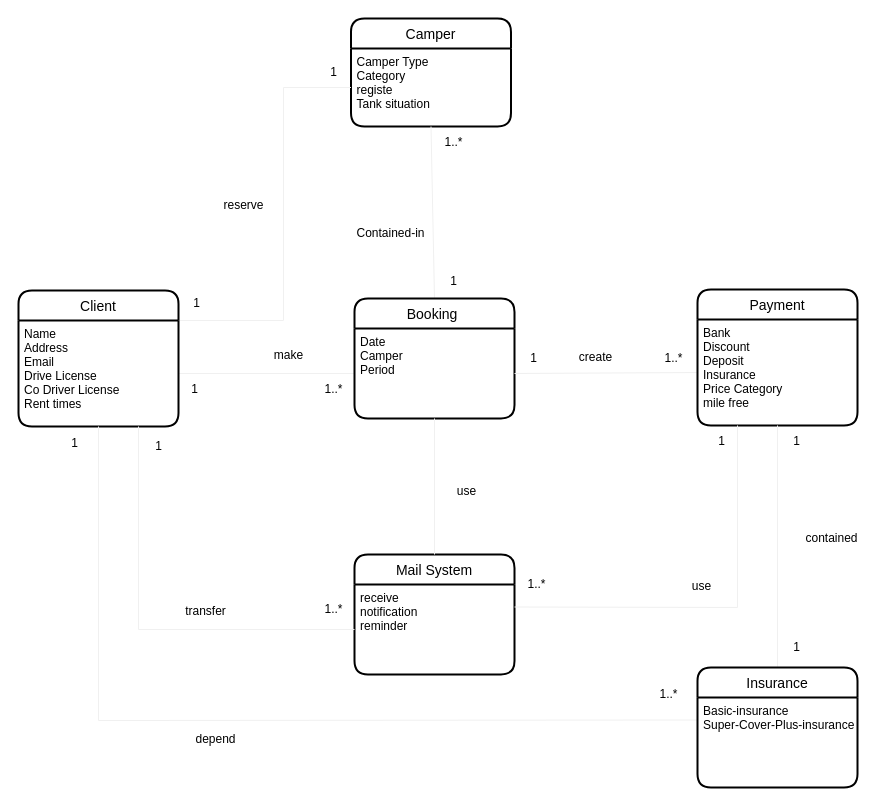
The draw.io diagram page "DomainModel" (1 of 2) of Document/DomainModel.drawio in Fei-D20/The_Autocamper_rental_business, before the edit. Source tidied: cells renumbered, new cells numbered last; positions are measured from the earlier drawing's top-left corner, leaving out a move shared by most shapes. Both pictures are drawn from the tidied source at 100%, with x=0, y=0 at pixel (18, 18).
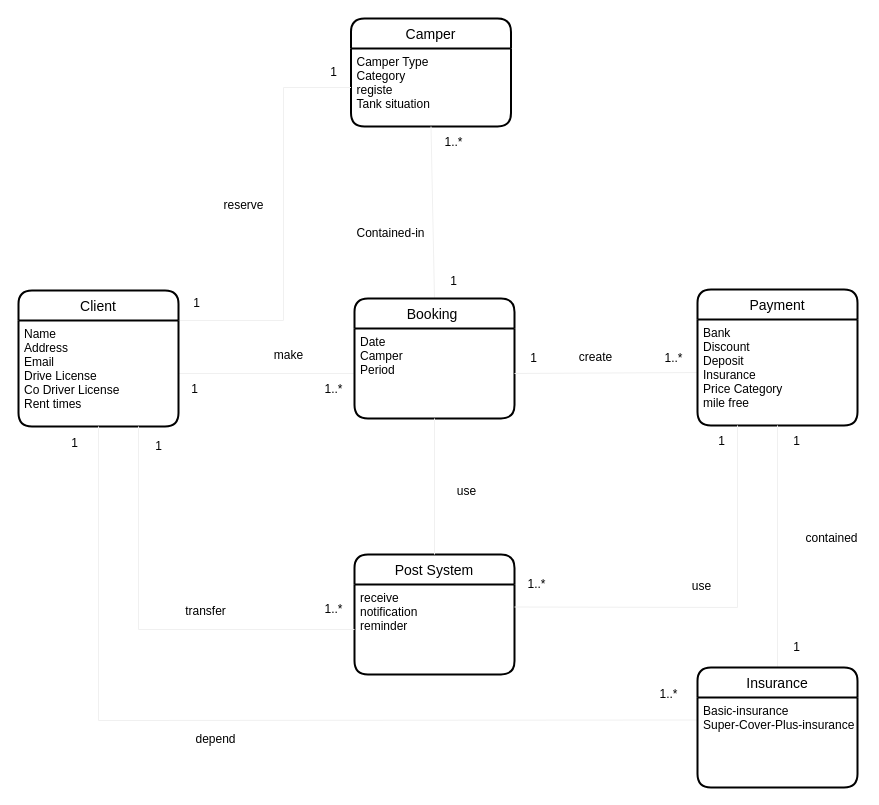
Above is the later version.

Diff of the diagram source:
```diff
@@
-    <mxCell id="34" value="Mail System" style="swimlane;horizontal=1;startSize=30;rounded=1;fontSize=14;fontStyle=0;strokeWidth=2;shadow=0;dashed=0;align=center;" parent="1" vertex="1">
+    <mxCell id="34" value="Post System" style="swimlane;horizontal=1;startSize=30;rounded=1;fontSize=14;fontStyle=0;strokeWidth=2;shadow=0;dashed=0;align=center;" parent="1" vertex="1">
       <mxGeometry x="336" y="536" width="160" height="120" as="geometry" />
     </mxCell>
```
